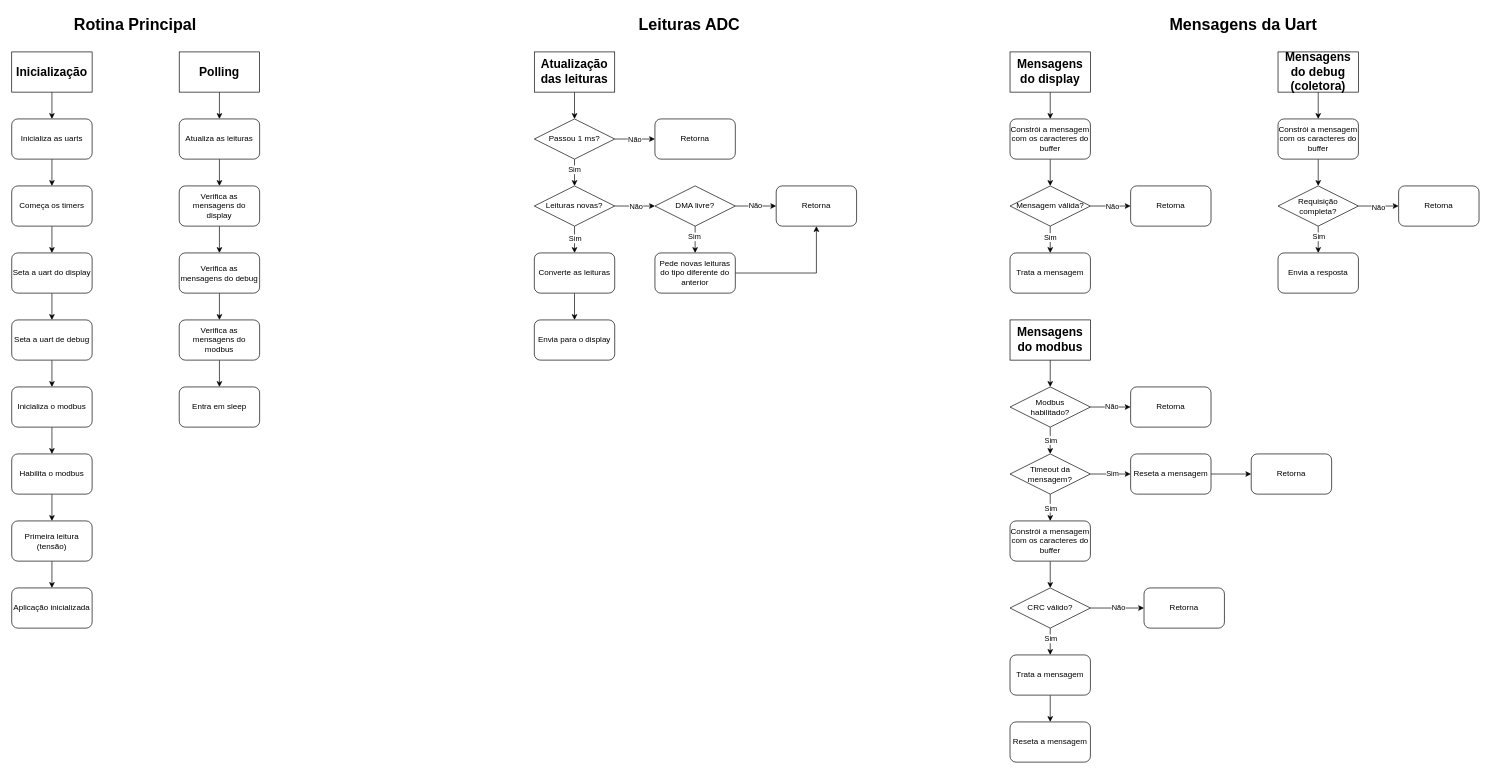
Before: page "rotinaPrincipal" (1 of 3) of Docs/Giga.drawio in LuisBohrer/Jiga, a draw.io diagram. Source tidied: cells renumbered, new cells numbered last; positions are measured from the earlier drawing's top-left corner, leaving out a move shared by most shapes. Both pictures are drawn from the tidied source at 67%, with x=0, y=0 at pixel (11, 11).
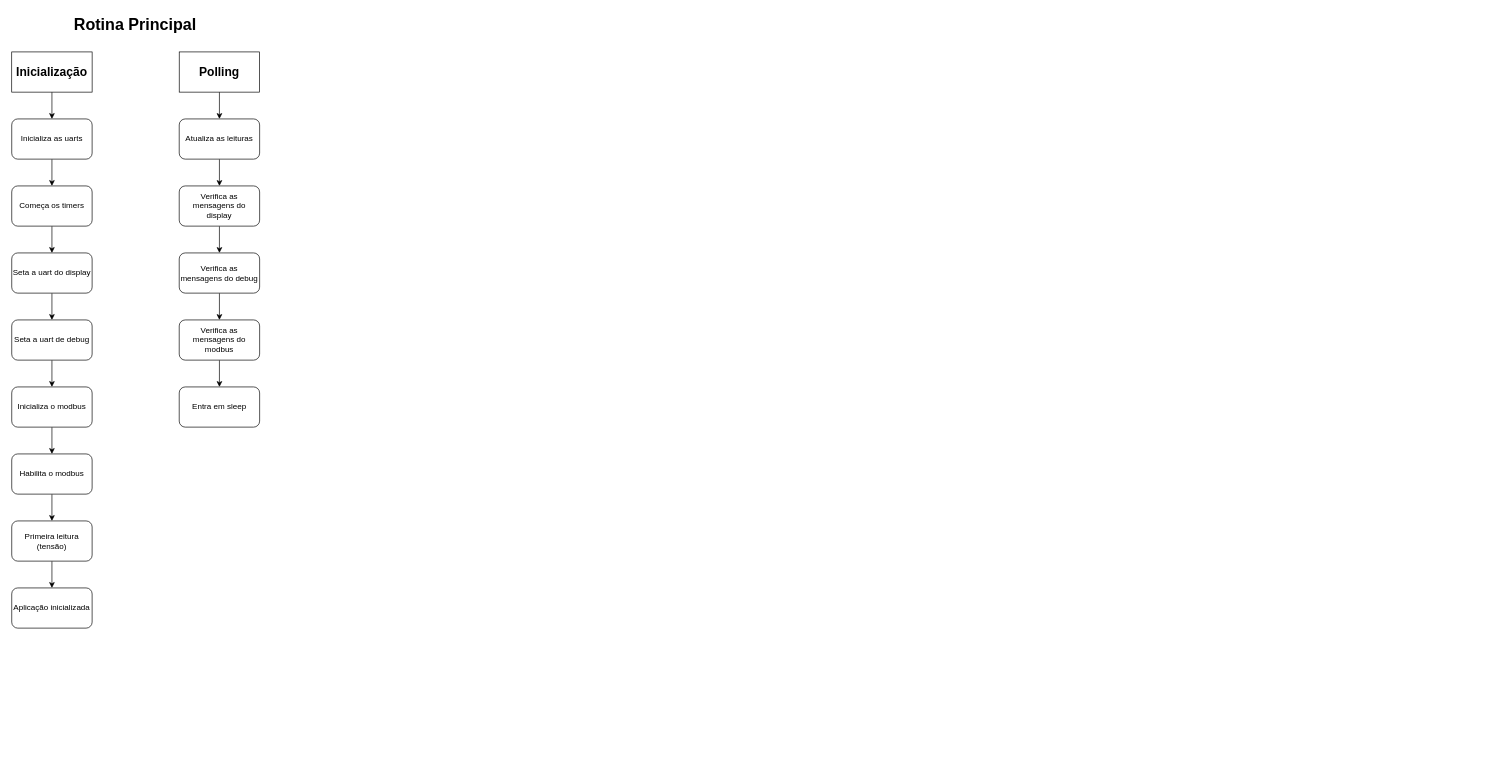
The same page after the edit.

Commit message:
separação em páginas

The edit, as a diff of the source:
```diff
@@
-    <mxCell id="30" style="edgeStyle=orthogonalEdgeStyle;rounded=0;jettySize=auto;html=1;" parent="1" edge="1" source="31" target="36">
-      <mxGeometry relative="1" as="geometry" />
-    </mxCell>
-    <mxCell id="31" value="&lt;font style=&quot;font-size: 18px;&quot;&gt;&lt;b&gt;Atualização das leituras&lt;/b&gt;&lt;/font&gt;" style="rounded=0;whiteSpace=wrap;html=1;" parent="1" vertex="1">
-      <mxGeometry x="780" y="60" width="120" height="60" as="geometry" />
-    </mxCell>
-    <mxCell id="32" style="edgeStyle=orthogonalEdgeStyle;rounded=0;jettySize=auto;html=1;" parent="1" edge="1" source="36" target="37">
-      <mxGeometry relative="1" as="geometry" />
-    </mxCell>
-    <mxCell id="33" value="N&lt;span style=&quot;background-color: light-dark(#ffffff, var(--ge-dark-color, #121212)); color: light-dark(rgb(0, 0, 0), rgb(255, 255, 255));&quot;&gt;ão&lt;/span&gt;" style="edgeLabel;html=1;align=center;verticalAlign=middle;" parent="32" vertex="1">
-      <mxGeometry x="-0.03" y="-1" relative="1" as="geometry">
-        <mxPoint y="-1" as="offset" />
-      </mxGeometry>
-    </mxCell>
-    <mxCell id="34" style="edgeStyle=orthogonalEdgeStyle;rounded=0;jettySize=auto;html=1;" parent="1" edge="1" source="36" target="42">
-      <mxGeometry relative="1" as="geometry" />
-    </mxCell>
-    <mxCell id="35" value="Sim" style="edgeLabel;html=1;align=center;verticalAlign=middle;" parent="34" vertex="1">
-      <mxGeometry x="-0.25" y="-1" relative="1" as="geometry" />
-    </mxCell>
-    <mxCell id="36" value="Passou 1 ms?" style="rhombus;whiteSpace=wrap;html=1;" parent="1" vertex="1">
-      <mxGeometry x="780" y="160" width="120" height="60" as="geometry" />
-    </mxCell>
-    <mxCell id="37" value="Retorna" style="rounded=1;whiteSpace=wrap;html=1;" parent="1" vertex="1">
-      <mxGeometry x="960" y="160" width="120" height="60" as="geometry" />
-    </mxCell>
-    <mxCell id="38" style="edgeStyle=orthogonalEdgeStyle;rounded=0;jettySize=auto;html=1;" parent="1" edge="1" source="42" target="47">
-      <mxGeometry relative="1" as="geometry" />
-    </mxCell>
-    <mxCell id="39" value="Não" style="edgeLabel;html=1;align=center;verticalAlign=middle;" parent="38" vertex="1">
-      <mxGeometry x="-0.1" y="2" relative="1" as="geometry">
-        <mxPoint x="4" y="2" as="offset" />
-      </mxGeometry>
-    </mxCell>
-    <mxCell id="40" style="edgeStyle=orthogonalEdgeStyle;rounded=0;jettySize=auto;html=1;entryX=0.5;entryY=0;entryDx=0;entryDy=0;" parent="1" edge="1" source="42" target="52">
-      <mxGeometry relative="1" as="geometry" />
-    </mxCell>
-    <mxCell id="41" value="Sim" style="edgeLabel;html=1;align=center;verticalAlign=middle;" parent="40" vertex="1">
-      <mxGeometry x="-0.1" relative="1" as="geometry" />
-    </mxCell>
-    <mxCell id="42" value="Leituras novas?" style="rhombus;whiteSpace=wrap;html=1;" parent="1" vertex="1">
-      <mxGeometry x="780" y="260" width="120" height="60" as="geometry" />
-    </mxCell>
-    <mxCell id="43" style="edgeStyle=orthogonalEdgeStyle;rounded=0;jettySize=auto;html=1;" parent="1" edge="1" source="47" target="48">
-      <mxGeometry relative="1" as="geometry" />
-    </mxCell>
-    <mxCell id="44" value="Não" style="edgeLabel;html=1;align=center;verticalAlign=middle;" parent="43" vertex="1">
-      <mxGeometry x="-0.05" y="1" relative="1" as="geometry" />
-    </mxCell>
-    <mxCell id="45" style="edgeStyle=orthogonalEdgeStyle;rounded=0;jettySize=auto;html=1;" parent="1" edge="1" source="47" target="50">
-      <mxGeometry relative="1" as="geometry" />
-    </mxCell>
-    <mxCell id="46" value="Sim" style="edgeLabel;html=1;align=center;verticalAlign=middle;" parent="45" vertex="1">
-      <mxGeometry x="-0.25" y="-2" relative="1" as="geometry" />
-    </mxCell>
-    <mxCell id="47" value="DMA livre?" style="rhombus;whiteSpace=wrap;html=1;" parent="1" vertex="1">
-      <mxGeometry x="960" y="260" width="120" height="60" as="geometry" />
-    </mxCell>
-    <mxCell id="48" value="Retorna" style="rounded=1;whiteSpace=wrap;html=1;" parent="1" vertex="1">
-      <mxGeometry x="1141" y="260" width="120" height="60" as="geometry" />
-    </mxCell>
-    <mxCell id="49" style="edgeStyle=orthogonalEdgeStyle;rounded=0;jettySize=auto;html=1;exitX=1;exitY=0.5;exitDx=0;exitDy=0;entryX=0.5;entryY=1;entryDx=0;entryDy=0;" parent="1" edge="1" source="50" target="48">
-      <mxGeometry relative="1" as="geometry" />
-    </mxCell>
-    <mxCell id="50" value="Pede novas leituras do tipo diferente do anterior" style="rounded=1;whiteSpace=wrap;html=1;" parent="1" vertex="1">
-      <mxGeometry x="960" y="360" width="120" height="60" as="geometry" />
-    </mxCell>
-    <mxCell id="51" style="edgeStyle=orthogonalEdgeStyle;rounded=0;jettySize=auto;html=1;" parent="1" edge="1" source="52" target="53">
-      <mxGeometry relative="1" as="geometry" />
-    </mxCell>
-    <mxCell id="52" value="Converte as leituras" style="rounded=1;whiteSpace=wrap;html=1;" parent="1" vertex="1">
-      <mxGeometry x="780" y="360" width="120" height="60" as="geometry" />
-    </mxCell>
-    <mxCell id="53" value="Envia para o display" style="rounded=1;whiteSpace=wrap;html=1;" parent="1" vertex="1">
-      <mxGeometry x="780" y="460" width="120" height="60" as="geometry" />
-    </mxCell>
-    <mxCell id="54" style="edgeStyle=orthogonalEdgeStyle;rounded=0;jettySize=auto;html=1;" parent="1" edge="1" source="55" target="57">
-      <mxGeometry relative="1" as="geometry" />
-    </mxCell>
-    <mxCell id="55" value="&lt;font style=&quot;font-size: 18px;&quot;&gt;&lt;b&gt;Mensagens do display&lt;/b&gt;&lt;/font&gt;" style="rounded=0;whiteSpace=wrap;html=1;" parent="1" vertex="1">
-      <mxGeometry x="1490" y="60" width="120" height="60" as="geometry" />
-    </mxCell>
-    <mxCell id="56" style="edgeStyle=orthogonalEdgeStyle;rounded=0;jettySize=auto;html=1;" parent="1" edge="1" source="57" target="63">
-      <mxGeometry relative="1" as="geometry" />
-    </mxCell>
-    <mxCell id="57" value="Constrói a mensagem com os caracteres do buffer" style="rounded=1;whiteSpace=wrap;html=1;" parent="1" vertex="1">
-      <mxGeometry x="1490" y="160" width="120" height="60" as="geometry" />
-    </mxCell>
-    <mxCell id="58" value="Trata a mensagem" style="rounded=1;whiteSpace=wrap;html=1;" parent="1" vertex="1">
-      <mxGeometry x="1490" y="360" width="120" height="60" as="geometry" />
-    </mxCell>
-    <mxCell id="59" style="edgeStyle=orthogonalEdgeStyle;rounded=0;jettySize=auto;html=1;" parent="1" edge="1" source="63" target="64">
-      <mxGeometry relative="1" as="geometry" />
-    </mxCell>
-    <mxCell id="60" value="Não" style="edgeLabel;html=1;align=center;verticalAlign=middle;" parent="59" vertex="1">
-      <mxGeometry x="0.05" y="-1" relative="1" as="geometry">
-        <mxPoint y="-1" as="offset" />
-      </mxGeometry>
-    </mxCell>
-    <mxCell id="61" style="edgeStyle=orthogonalEdgeStyle;rounded=0;jettySize=auto;html=1;" parent="1" edge="1" source="63" target="58">
-      <mxGeometry relative="1" as="geometry" />
-    </mxCell>
-    <mxCell id="62" value="Sim" style="edgeLabel;html=1;align=center;verticalAlign=middle;" parent="61" vertex="1">
-      <mxGeometry x="-0.2" y="-1" relative="1" as="geometry" />
-    </mxCell>
-    <mxCell id="63" value="Mensagem válida?" style="rhombus;whiteSpace=wrap;html=1;" parent="1" vertex="1">
-      <mxGeometry x="1490" y="260" width="120" height="60" as="geometry" />
-    </mxCell>
-    <mxCell id="64" value="Retorna" style="rounded=1;whiteSpace=wrap;html=1;" parent="1" vertex="1">
-      <mxGeometry x="1670" y="260" width="120" height="60" as="geometry" />
-    </mxCell>
-    <mxCell id="65" style="edgeStyle=orthogonalEdgeStyle;rounded=0;jettySize=auto;html=1;" parent="1" edge="1" source="66" target="68">
-      <mxGeometry relative="1" as="geometry" />
-    </mxCell>
-    <mxCell id="66" value="&lt;font style=&quot;font-size: 18px;&quot;&gt;&lt;b&gt;Mensagens do debug (coletora)&lt;/b&gt;&lt;/font&gt;" style="rounded=0;whiteSpace=wrap;html=1;" parent="1" vertex="1">
-      <mxGeometry x="1890" y="60" width="120" height="60" as="geometry" />
-    </mxCell>
-    <mxCell id="67" style="edgeStyle=orthogonalEdgeStyle;rounded=0;jettySize=auto;html=1;" parent="1" edge="1" source="68" target="73">
-      <mxGeometry relative="1" as="geometry" />
-    </mxCell>
-    <mxCell id="68" value="Constrói a mensagem com os caracteres do buffer" style="rounded=1;whiteSpace=wrap;html=1;" parent="1" vertex="1">
-      <mxGeometry x="1890" y="160" width="120" height="60" as="geometry" />
-    </mxCell>
-    <mxCell id="69" style="edgeStyle=orthogonalEdgeStyle;rounded=0;jettySize=auto;html=1;" parent="1" edge="1" source="73" target="74">
-      <mxGeometry relative="1" as="geometry" />
-    </mxCell>
-    <mxCell id="70" value="Não" style="edgeLabel;html=1;align=center;verticalAlign=middle;" parent="69" vertex="1">
-      <mxGeometry x="-0.03" y="-1" relative="1" as="geometry" />
-    </mxCell>
-    <mxCell id="71" style="edgeStyle=orthogonalEdgeStyle;rounded=0;jettySize=auto;html=1;" parent="1" edge="1" source="73" target="75">
-      <mxGeometry relative="1" as="geometry" />
-    </mxCell>
-    <mxCell id="72" value="Sim" style="edgeLabel;html=1;align=center;verticalAlign=middle;" parent="71" vertex="1">
-      <mxGeometry x="-0.25" relative="1" as="geometry" />
-    </mxCell>
-    <mxCell id="73" value="Requisição completa?" style="rhombus;whiteSpace=wrap;html=1;" parent="1" vertex="1">
-      <mxGeometry x="1890" y="260" width="120" height="60" as="geometry" />
-    </mxCell>
-    <mxCell id="74" value="Retorna" style="rounded=1;whiteSpace=wrap;html=1;" parent="1" vertex="1">
-      <mxGeometry x="2070" y="260" width="120" height="60" as="geometry" />
-    </mxCell>
-    <mxCell id="75" value="Envia a resposta" style="rounded=1;whiteSpace=wrap;html=1;" parent="1" vertex="1">
-      <mxGeometry x="1890" y="360" width="120" height="60" as="geometry" />
-    </mxCell>
-    <mxCell id="76" style="edgeStyle=orthogonalEdgeStyle;rounded=0;jettySize=auto;html=1;" parent="1" edge="1" source="77" target="84">
-      <mxGeometry relative="1" as="geometry" />
-    </mxCell>
-    <mxCell id="77" value="&lt;font style=&quot;font-size: 18px;&quot;&gt;&lt;b&gt;Mensagens do modbus&lt;/b&gt;&lt;/font&gt;" style="rounded=0;whiteSpace=wrap;html=1;" parent="1" vertex="1">
-      <mxGeometry x="1490" y="460" width="120" height="60" as="geometry" />
-    </mxCell>
-    <mxCell id="78" style="edgeStyle=orthogonalEdgeStyle;rounded=0;jettySize=auto;html=1;" parent="1" edge="1" source="79" target="97">
-      <mxGeometry relative="1" as="geometry" />
-    </mxCell>
-    <mxCell id="79" value="Constrói a mensagem com os caracteres do buffer" style="rounded=1;whiteSpace=wrap;html=1;" parent="1" vertex="1">
-      <mxGeometry x="1490" y="760" width="120" height="60" as="geometry" />
-    </mxCell>
-    <mxCell id="80" style="edgeStyle=orthogonalEdgeStyle;rounded=0;jettySize=auto;html=1;" parent="1" edge="1" source="84" target="85">
-      <mxGeometry relative="1" as="geometry" />
-    </mxCell>
-    <mxCell id="81" value="Não" style="edgeLabel;html=1;align=center;verticalAlign=middle;" parent="80" vertex="1">
-      <mxGeometry x="0.03" y="1" relative="1" as="geometry" />
-    </mxCell>
-    <mxCell id="82" style="edgeStyle=orthogonalEdgeStyle;rounded=0;jettySize=auto;html=1;" parent="1" edge="1" source="84" target="90">
-      <mxGeometry relative="1" as="geometry" />
-    </mxCell>
-    <mxCell id="83" value="Sim" style="edgeLabel;html=1;align=center;verticalAlign=middle;" parent="82" vertex="1">
-      <mxGeometry x="-0.05" y="1" relative="1" as="geometry">
-        <mxPoint x="-1" as="offset" />
-      </mxGeometry>
-    </mxCell>
-    <mxCell id="84" value="Modbus&lt;div&gt;habilitado?&lt;/div&gt;" style="rhombus;whiteSpace=wrap;html=1;" parent="1" vertex="1">
-      <mxGeometry x="1490" y="560" width="120" height="60" as="geometry" />
-    </mxCell>
-    <mxCell id="85" value="Retorna" style="rounded=1;whiteSpace=wrap;html=1;" parent="1" vertex="1">
-      <mxGeometry x="1670" y="560" width="120" height="60" as="geometry" />
-    </mxCell>
-    <mxCell id="86" style="edgeStyle=orthogonalEdgeStyle;rounded=0;jettySize=auto;html=1;" parent="1" edge="1" source="90" target="92">
-      <mxGeometry relative="1" as="geometry" />
-    </mxCell>
-    <mxCell id="87" value="Sim" style="edgeLabel;html=1;align=center;verticalAlign=middle;" parent="86" vertex="1">
-      <mxGeometry x="0.05" y="2" relative="1" as="geometry" />
-    </mxCell>
-    <mxCell id="88" style="edgeStyle=orthogonalEdgeStyle;rounded=0;jettySize=auto;html=1;" parent="1" edge="1" source="90" target="79">
-      <mxGeometry relative="1" as="geometry" />
-    </mxCell>
-    <mxCell id="89" value="Sim" style="edgeLabel;html=1;align=center;verticalAlign=middle;" parent="88" vertex="1">
-      <mxGeometry x="-0.25" y="2" relative="1" as="geometry">
-        <mxPoint x="-2" y="5" as="offset" />
-      </mxGeometry>
-    </mxCell>
-    <mxCell id="90" value="Timeout da mensagem?" style="rhombus;whiteSpace=wrap;html=1;" parent="1" vertex="1">
-      <mxGeometry x="1490" y="660" width="120" height="60" as="geometry" />
-    </mxCell>
-    <mxCell id="91" style="edgeStyle=orthogonalEdgeStyle;rounded=0;jettySize=auto;html=1;" parent="1" edge="1" source="92" target="99">
-      <mxGeometry relative="1" as="geometry" />
-    </mxCell>
-    <mxCell id="92" value="Reseta a mensagem" style="rounded=1;whiteSpace=wrap;html=1;" parent="1" vertex="1">
-      <mxGeometry x="1670" y="660" width="120" height="60" as="geometry" />
-    </mxCell>
-    <mxCell id="93" style="edgeStyle=orthogonalEdgeStyle;rounded=0;jettySize=auto;html=1;" parent="1" edge="1" source="97" target="98">
-      <mxGeometry relative="1" as="geometry" />
-    </mxCell>
-    <mxCell id="94" value="Não" style="edgeLabel;html=1;align=center;verticalAlign=middle;" parent="93" vertex="1">
-      <mxGeometry x="0.03" y="1" relative="1" as="geometry" />
-    </mxCell>
-    <mxCell id="95" style="edgeStyle=orthogonalEdgeStyle;rounded=0;jettySize=auto;html=1;" parent="1" edge="1" source="97" target="101">
-      <mxGeometry relative="1" as="geometry" />
-    </mxCell>
-    <mxCell id="96" value="Sim" style="edgeLabel;html=1;align=center;verticalAlign=middle;" parent="95" vertex="1">
-      <mxGeometry x="-0.25" relative="1" as="geometry" />
-    </mxCell>
-    <mxCell id="97" value="CRC válido?" style="rhombus;whiteSpace=wrap;html=1;" parent="1" vertex="1">
-      <mxGeometry x="1490" y="860" width="120" height="60" as="geometry" />
-    </mxCell>
-    <mxCell id="98" value="Retorna" style="rounded=1;whiteSpace=wrap;html=1;" parent="1" vertex="1">
-      <mxGeometry x="1690" y="860" width="120" height="60" as="geometry" />
-    </mxCell>
-    <mxCell id="99" value="Retorna" style="rounded=1;whiteSpace=wrap;html=1;" parent="1" vertex="1">
-      <mxGeometry x="1850" y="660" width="120" height="60" as="geometry" />
-    </mxCell>
-    <mxCell id="100" style="edgeStyle=orthogonalEdgeStyle;rounded=0;jettySize=auto;html=1;" parent="1" edge="1" source="101" target="102">
-      <mxGeometry relative="1" as="geometry" />
-    </mxCell>
-    <mxCell id="101" value="Trata a mensagem" style="rounded=1;whiteSpace=wrap;html=1;" parent="1" vertex="1">
-      <mxGeometry x="1490" y="960" width="120" height="60" as="geometry" />
-    </mxCell>
-    <mxCell id="102" value="Reseta a mensagem" style="rounded=1;whiteSpace=wrap;html=1;" parent="1" vertex="1">
-      <mxGeometry x="1490" y="1060" width="120" height="60" as="geometry" />
-    </mxCell>
@@
-    <mxCell id="104" value="Leituras ADC" style="text;strokeColor=none;fillColor=none;html=1;fontSize=24;fontStyle=1;verticalAlign=middle;align=center;" parent="1" vertex="1">
-      <mxGeometry x="909" width="204" height="40" as="geometry" />
-    </mxCell>
-    <mxCell id="105" value="Mensagens da Uart" style="text;strokeColor=none;fillColor=none;html=1;fontSize=24;fontStyle=1;verticalAlign=middle;align=center;" parent="1" vertex="1">
-      <mxGeometry x="1718" width="239" height="40" as="geometry" />
-    </mxCell>
```
